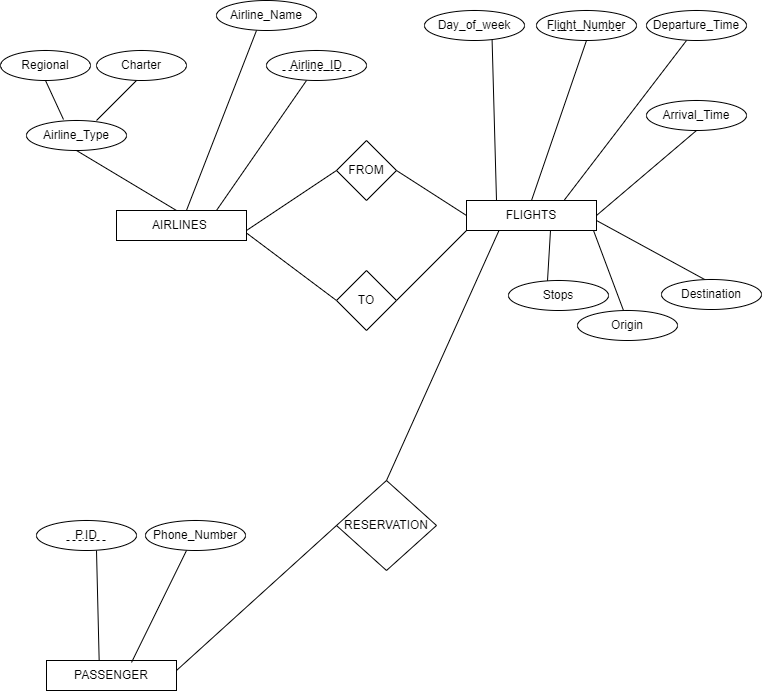
Earlier version of the draw.io export Travel and Tour ER Diagram.drawio.png (marfojohn/Group8DB). Source tidied: cells renumbered, new cells last; positions are measured from the earlier drawing's top-left corner, leaving out a move shared by most shapes.
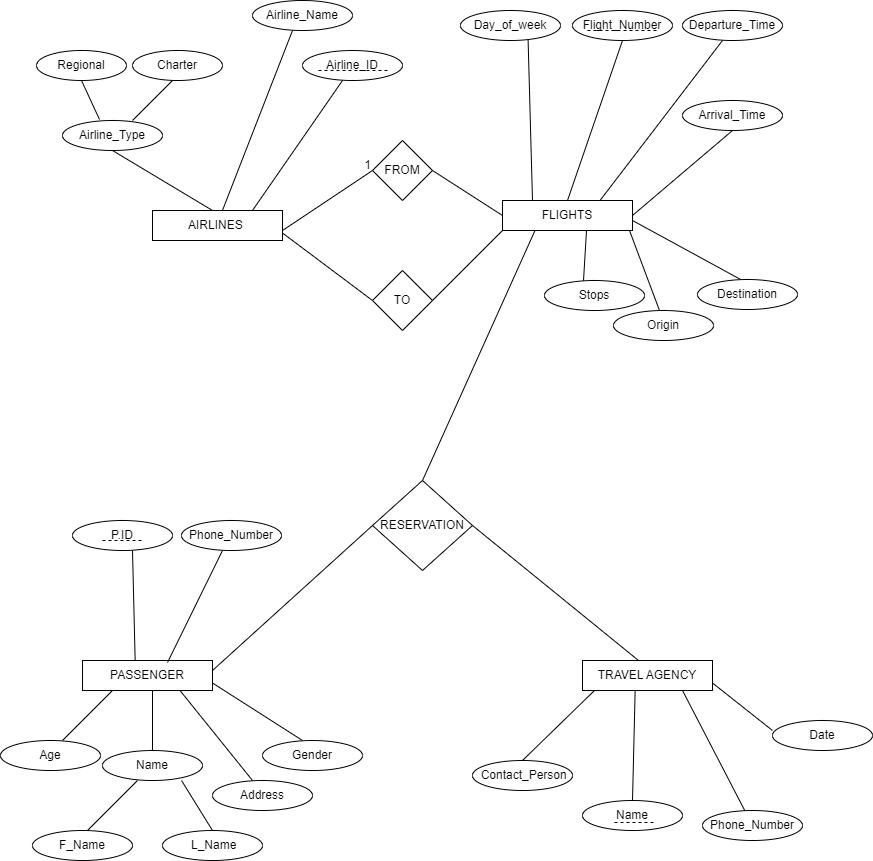
The same file after the commit.

The edit, as a diff of the source:
```diff
@@ -178,5 +178,104 @@
         <mxPoint x="186" y="550" as="targetPoint" />
       </mxGeometry>
     </mxCell>
+    <mxCell id="45" style="endArrow=none;html=1;rounded=0;" parent="1" edge="1">
+      <mxGeometry relative="1" as="geometry">
+        <mxPoint x="116" y="750" as="sourcePoint" />
+        <mxPoint x="116" y="690" as="targetPoint" />
+      </mxGeometry>
+    </mxCell>
+    <mxCell id="46" value="Name" style="ellipse;whiteSpace=wrap;html=1;" parent="1" vertex="1">
+      <mxGeometry x="66" y="750" width="100" height="30" as="geometry" />
+    </mxCell>
+    <mxCell id="47" style="endArrow=none;html=1;rounded=0;" parent="1" edge="1">
+      <mxGeometry relative="1" as="geometry">
+        <mxPoint x="51" y="830" as="sourcePoint" />
+        <mxPoint x="101" y="780" as="targetPoint" />
+      </mxGeometry>
+    </mxCell>
+    <mxCell id="48" style="endArrow=none;html=1;rounded=0;" parent="1" edge="1">
+      <mxGeometry relative="1" as="geometry">
+        <mxPoint x="176" y="830" as="sourcePoint" />
+        <mxPoint x="145" y="780" as="targetPoint" />
+      </mxGeometry>
+    </mxCell>
+    <mxCell id="49" value="F_Name" style="ellipse;whiteSpace=wrap;html=1;" parent="1" vertex="1">
+      <mxGeometry x="-4" y="830" width="100" height="30" as="geometry" />
+    </mxCell>
+    <mxCell id="50" value="&amp;nbsp;L_Name" style="ellipse;whiteSpace=wrap;html=1;" parent="1" vertex="1">
+      <mxGeometry x="126" y="830" width="100" height="30" as="geometry" />
+    </mxCell>
+    <mxCell id="51" style="endArrow=none;html=1;rounded=0;entryX=0.75;entryY=1;entryDx=0;entryDy=0;" parent="1" edge="1" target="38">
+      <mxGeometry relative="1" as="geometry">
+        <mxPoint x="216" y="780" as="sourcePoint" />
+      </mxGeometry>
+    </mxCell>
+    <mxCell id="52" value="Address" style="ellipse;whiteSpace=wrap;html=1;" parent="1" vertex="1">
+      <mxGeometry x="176" y="780" width="100" height="30" as="geometry" />
+    </mxCell>
+    <mxCell id="53" style="endArrow=none;html=1;rounded=0;" parent="1" edge="1">
+      <mxGeometry relative="1" as="geometry">
+        <mxPoint x="26" y="740" as="sourcePoint" />
+        <mxPoint x="76" y="690" as="targetPoint" />
+      </mxGeometry>
+    </mxCell>
+    <mxCell id="54" value="Age" style="ellipse;whiteSpace=wrap;html=1;" parent="1" vertex="1">
+      <mxGeometry x="-36" y="740" width="100" height="30" as="geometry" />
+    </mxCell>
+    <mxCell id="55" style="endArrow=none;html=1;rounded=0;entryX=1;entryY=0.75;entryDx=0;entryDy=0;" parent="1" edge="1" target="38">
+      <mxGeometry relative="1" as="geometry">
+        <mxPoint x="266" y="740" as="sourcePoint" />
+      </mxGeometry>
+    </mxCell>
+    <mxCell id="56" value="Gender" style="ellipse;whiteSpace=wrap;html=1;" parent="1" vertex="1">
+      <mxGeometry x="226" y="740" width="100" height="30" as="geometry" />
+    </mxCell>
+    <mxCell id="57" value="TRAVEL AGENCY" style="rounded=0;whiteSpace=wrap;html=1;" parent="1" vertex="1">
+      <mxGeometry x="546" y="660" width="130" height="30" as="geometry" />
+    </mxCell>
+    <mxCell id="58" style="endArrow=none;html=1;rounded=0;entryX=1;entryY=0.5;entryDx=0;entryDy=0;" parent="1" edge="1" target="36">
+      <mxGeometry relative="1" as="geometry">
+        <mxPoint x="602" y="660" as="sourcePoint" />
+      </mxGeometry>
+    </mxCell>
+    <mxCell id="59" value="&amp;nbsp;Contact_Person" style="ellipse;whiteSpace=wrap;html=1;" parent="1" vertex="1">
+      <mxGeometry x="436" y="760" width="100" height="30" as="geometry" />
+    </mxCell>
+    <mxCell id="60" value="Name" style="ellipse;whiteSpace=wrap;html=1;" parent="1" vertex="1">
+      <mxGeometry x="546" y="800" width="100" height="30" as="geometry" />
+    </mxCell>
+    <mxCell id="61" value="Phone_Number" style="ellipse;whiteSpace=wrap;html=1;" parent="1" vertex="1">
+      <mxGeometry x="666" y="810" width="100" height="30" as="geometry" />
+    </mxCell>
+    <mxCell id="62" value="Date" style="ellipse;whiteSpace=wrap;html=1;" parent="1" vertex="1">
+      <mxGeometry x="736" y="720" width="100" height="30" as="geometry" />
+    </mxCell>
+    <mxCell id="63" style="endArrow=none;dashed=1;html=1;rounded=0;" parent="1" edge="1">
+      <mxGeometry relative="1" as="geometry">
+        <mxPoint x="578" y="822" as="sourcePoint" />
+        <mxPoint x="618" y="822" as="targetPoint" />
+      </mxGeometry>
+    </mxCell>
+    <mxCell id="64" style="endArrow=none;html=1;rounded=0;exitX=0.5;exitY=0;exitDx=0;exitDy=0;" parent="1" edge="1" source="59">
+      <mxGeometry relative="1" as="geometry">
+        <mxPoint x="558" y="690" as="targetPoint" />
+      </mxGeometry>
+    </mxCell>
+    <mxCell id="65" style="endArrow=none;html=1;rounded=0;exitX=0.5;exitY=0;exitDx=0;exitDy=0;entryX=0.405;entryY=1.006;entryDx=0;entryDy=0;entryPerimeter=0;" parent="1" edge="1" source="60" target="57">
+      <mxGeometry relative="1" as="geometry" />
+    </mxCell>
+    <mxCell id="66" style="endArrow=none;html=1;rounded=0;" parent="1" edge="1" source="61">
+      <mxGeometry relative="1" as="geometry">
+        <mxPoint x="646" y="690" as="targetPoint" />
+      </mxGeometry>
+    </mxCell>
+    <mxCell id="67" style="endArrow=none;html=1;rounded=0;entryX=1;entryY=0.75;entryDx=0;entryDy=0;" parent="1" edge="1" target="57">
+      <mxGeometry relative="1" as="geometry">
+        <mxPoint x="736" y="730" as="sourcePoint" />
+      </mxGeometry>
+    </mxCell>
+    <mxCell id="68" value="1" style="text;html=1;align=center;verticalAlign=middle;strokeColor=none;fillColor=none;" parent="1" vertex="1">
+      <mxGeometry x="316" y="150" width="30" height="30" as="geometry" />
+    </mxCell>
   </root>
 </mxGraphModel>
```
